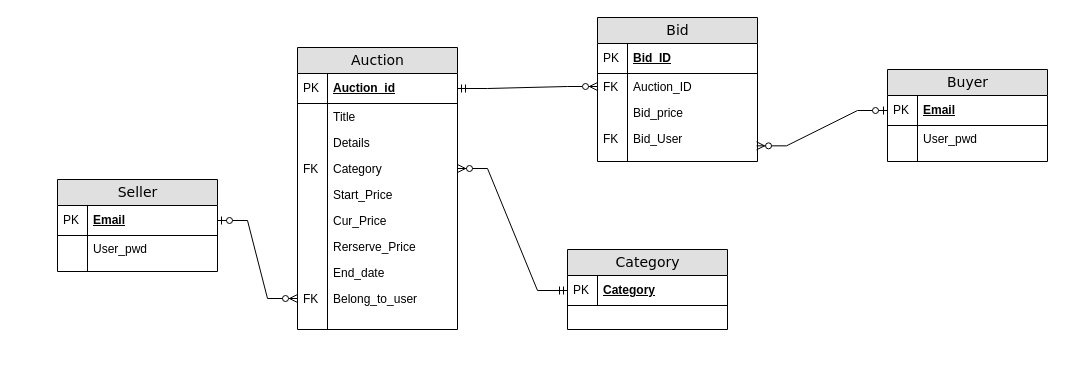
Above: Untitled Diagram.drawio in Melo-Melon/git_file (draw.io), before the change. Source tidied: cells renumbered, new cells numbered last; positions are measured from the earlier drawing's top-left corner, leaving out a move shared by most shapes. Both pictures are drawn from the tidied source at 100%, with x=0, y=0 at pixel (57, -14).
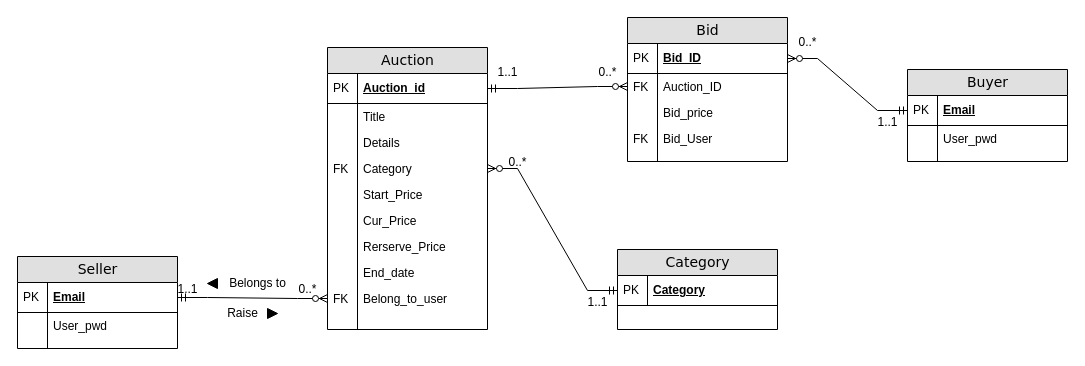
Above is the later version.

The change refers to these unchanged cells:
```xml
<mxCell id="19" value="Belong_to_user" style="shape=partialRectangle;top=0;left=0;right=0;bottom=0;html=1;align=left;verticalAlign=top;fillColor=none;spacingLeft=34;spacingRight=4;whiteSpace=wrap;overflow=hidden;points=[[0,0.5],[1,0.5]];portConstraint=eastwest;" parent="2" vertex="1">
  <mxGeometry y="238" width="160" height="26" as="geometry" />
</mxCell>
<mxCell id="24" value="Bid_ID" style="shape=partialRectangle;top=0;left=0;right=0;bottom=1;html=1;align=left;verticalAlign=middle;fillColor=none;spacingLeft=34;spacingRight=4;whiteSpace=wrap;overflow=hidden;points=[[0,0.5],[1,0.5]];portConstraint=eastwest;fontStyle=5;" parent="23" vertex="1">
  <mxGeometry y="26" width="160" height="30" as="geometry" />
</mxCell>
<mxCell id="30" value="Bid_User" style="shape=partialRectangle;top=0;left=0;right=0;bottom=0;html=1;align=left;verticalAlign=top;fillColor=none;spacingLeft=34;spacingRight=4;whiteSpace=wrap;overflow=hidden;points=[[0,0.5],[1,0.5]];portConstraint=eastwest;" parent="23" vertex="1">
  <mxGeometry y="108" width="160" height="26" as="geometry" />
</mxCell>
<mxCell id="35" value="Email" style="shape=partialRectangle;top=0;left=0;right=0;bottom=1;html=1;align=left;verticalAlign=middle;fillColor=none;spacingLeft=34;spacingRight=4;whiteSpace=wrap;overflow=hidden;points=[[0,0.5],[1,0.5]];portConstraint=eastwest;fontStyle=5;" parent="34" vertex="1">
  <mxGeometry y="26" width="160" height="30" as="geometry" />
</mxCell>
<mxCell id="42" value="Email" style="shape=partialRectangle;top=0;left=0;right=0;bottom=1;html=1;align=left;verticalAlign=middle;fillColor=none;spacingLeft=34;spacingRight=4;whiteSpace=wrap;overflow=hidden;points=[[0,0.5],[1,0.5]];portConstraint=eastwest;fontStyle=5;" parent="41" vertex="1">
  <mxGeometry y="26" width="160" height="30" as="geometry" />
</mxCell>
```

Change to the diagram source:
```diff
@@
     <mxCell id="2" value="Auction" style="swimlane;html=1;fontStyle=0;horizontal=1;startSize=26;fillColor=#e0e0e0;swimlaneFillColor=#ffffff;align=center;rounded=0;shadow=0;comic=0;labelBackgroundColor=none;strokeWidth=1;fontFamily=Verdana;fontSize=14;swimlaneLine=1;" parent="1" vertex="1">
-      <mxGeometry x="240" y="61" width="160" height="282" as="geometry" />
+      <mxGeometry x="270" y="61" width="160" height="282" as="geometry" />
     </mxCell>
@@
     <mxCell id="23" value="Bid" style="swimlane;html=1;fontStyle=0;horizontal=1;startSize=26;fillColor=#e0e0e0;swimlaneFillColor=#ffffff;align=center;rounded=0;shadow=0;comic=0;labelBackgroundColor=none;strokeWidth=1;fontFamily=Verdana;fontSize=14;" parent="1" vertex="1">
-      <mxGeometry x="540" y="31" width="160" height="144" as="geometry" />
+      <mxGeometry x="570" y="31" width="160" height="144" as="geometry" />
     </mxCell>
@@
     <mxCell id="34" value="Buyer" style="swimlane;html=1;fontStyle=0;horizontal=1;startSize=26;fillColor=#e0e0e0;swimlaneFillColor=#ffffff;align=center;rounded=0;shadow=0;comic=0;labelBackgroundColor=none;strokeWidth=1;fontFamily=Verdana;fontSize=14;" parent="1" vertex="1">
-      <mxGeometry x="830" y="83" width="160" height="92" as="geometry" />
+      <mxGeometry x="850" y="83" width="160" height="92" as="geometry" />
     </mxCell>
@@
     <mxCell id="41" value="Seller" style="swimlane;html=1;fontStyle=0;horizontal=1;startSize=26;fillColor=#e0e0e0;swimlaneFillColor=#ffffff;align=center;rounded=0;shadow=0;comic=0;labelBackgroundColor=none;strokeWidth=1;fontFamily=Verdana;fontSize=14;" parent="1" vertex="1">
-      <mxGeometry y="193" width="160" height="92" as="geometry" />
+      <mxGeometry x="-40" y="270" width="160" height="92" as="geometry" />
     </mxCell>
@@
-    <mxCell id="48" style="edgeStyle=entityRelationEdgeStyle;fontSize=12;html=1;endArrow=ERzeroToMany;startArrow=ERzeroToOne;rounded=0;exitX=1;exitY=0.5;exitDx=0;exitDy=0;" parent="1" edge="1" source="42" target="19">
-      <mxGeometry relative="1" as="geometry">
-        <Array as="points">
-          <mxPoint x="50" y="251" />
-        </Array>
-      </mxGeometry>
-    </mxCell>
     <mxCell id="49" value="Category" style="swimlane;html=1;fontStyle=0;horizontal=1;startSize=26;fillColor=#e0e0e0;swimlaneFillColor=#ffffff;align=center;rounded=0;shadow=0;comic=0;labelBackgroundColor=none;strokeWidth=1;fontFamily=Verdana;fontSize=14;" parent="1" vertex="1">
-      <mxGeometry x="510" y="263" width="160" height="80" as="geometry" />
+      <mxGeometry x="560" y="263" width="160" height="80" as="geometry" />
     </mxCell>
@@
-    <mxCell id="54" style="edgeStyle=entityRelationEdgeStyle;fontSize=12;html=1;endArrow=ERzeroToMany;startArrow=ERzeroToOne;rounded=0;exitX=0;exitY=0.5;exitDx=0;exitDy=0;entryX=0.994;entryY=0.782;entryDx=0;entryDy=0;entryPerimeter=0;" parent="1" edge="1" source="35" target="30">
-      <mxGeometry relative="1" as="geometry" />
-    </mxCell>
+    <mxCell id="55" value="1..1" style="text;html=1;align=center;verticalAlign=middle;strokeColor=none;fillColor=none;" parent="1" vertex="1">
+      <mxGeometry x="110" y="288" width="40" height="30" as="geometry" />
+    </mxCell>
+    <mxCell id="56" value="0..*" style="text;html=1;align=center;verticalAlign=middle;strokeColor=none;fillColor=none;" parent="1" vertex="1">
+      <mxGeometry x="230" y="288" width="40" height="30" as="geometry" />
+    </mxCell>
+    <mxCell id="57" value="1..1" style="text;html=1;align=center;verticalAlign=middle;strokeColor=none;fillColor=none;" parent="1" vertex="1">
+      <mxGeometry x="520" y="301" width="40" height="30" as="geometry" />
+    </mxCell>
+    <mxCell id="58" value="0..*" style="text;html=1;align=center;verticalAlign=middle;strokeColor=none;fillColor=none;" parent="1" vertex="1">
+      <mxGeometry x="440" y="161" width="40" height="30" as="geometry" />
+    </mxCell>
+    <mxCell id="59" value="1..1" style="text;html=1;align=center;verticalAlign=middle;strokeColor=none;fillColor=none;" parent="1" vertex="1">
+      <mxGeometry x="430" y="71" width="40" height="30" as="geometry" />
+    </mxCell>
+    <mxCell id="60" value="0..*" style="text;html=1;align=center;verticalAlign=middle;strokeColor=none;fillColor=none;" parent="1" vertex="1">
+      <mxGeometry x="530" y="71" width="40" height="30" as="geometry" />
+    </mxCell>
+    <mxCell id="48" style="edgeStyle=entityRelationEdgeStyle;fontSize=12;html=1;endArrow=ERzeroToMany;startArrow=ERmandOne;rounded=0;" parent="1" edge="1" source="42" target="19">
+      <mxGeometry relative="1" as="geometry">
+        <Array as="points">
+          <mxPoint x="120" y="460" />
+        </Array>
+      </mxGeometry>
+    </mxCell>
+    <mxCell id="61" style="edgeStyle=entityRelationEdgeStyle;fontSize=12;html=1;endArrow=ERzeroToMany;startArrow=ERmandOne;rounded=0;exitX=0;exitY=0.5;exitDx=0;exitDy=0;" parent="1" edge="1" source="35" target="24">
+      <mxGeometry relative="1" as="geometry">
+        <Array as="points">
+          <mxPoint x="770" y="250" />
+        </Array>
+      </mxGeometry>
+    </mxCell>
+    <mxCell id="62" value="0..*" style="text;html=1;align=center;verticalAlign=middle;strokeColor=none;fillColor=none;" parent="1" vertex="1">
+      <mxGeometry x="730" y="41" width="40" height="30" as="geometry" />
+    </mxCell>
+    <mxCell id="63" value="1..1" style="text;html=1;align=center;verticalAlign=middle;strokeColor=none;fillColor=none;" parent="1" vertex="1">
+      <mxGeometry x="810" y="121" width="40" height="30" as="geometry" />
+    </mxCell>
+    <mxCell id="64" style="triangle;whiteSpace=wrap;html=1;fillColor=#000000;" parent="1" vertex="1">
+      <mxGeometry x="210" y="322" width="10" height="10" as="geometry" />
+    </mxCell>
+    <mxCell id="65" value="Raise" style="text;html=1;align=center;verticalAlign=middle;strokeColor=none;fillColor=none;" parent="1" vertex="1">
+      <mxGeometry x="160" y="312" width="50" height="30" as="geometry" />
+    </mxCell>
+    <mxCell id="66" style="triangle;whiteSpace=wrap;html=1;fillColor=#000000;rotation=-180;" parent="1" vertex="1">
+      <mxGeometry x="150" y="292" width="10" height="10" as="geometry" />
+    </mxCell>
+    <mxCell id="67" value="Belongs to" style="text;html=1;align=center;verticalAlign=middle;strokeColor=none;fillColor=none;" parent="1" vertex="1">
+      <mxGeometry x="160" y="282" width="80" height="30" as="geometry" />
+    </mxCell>
```
